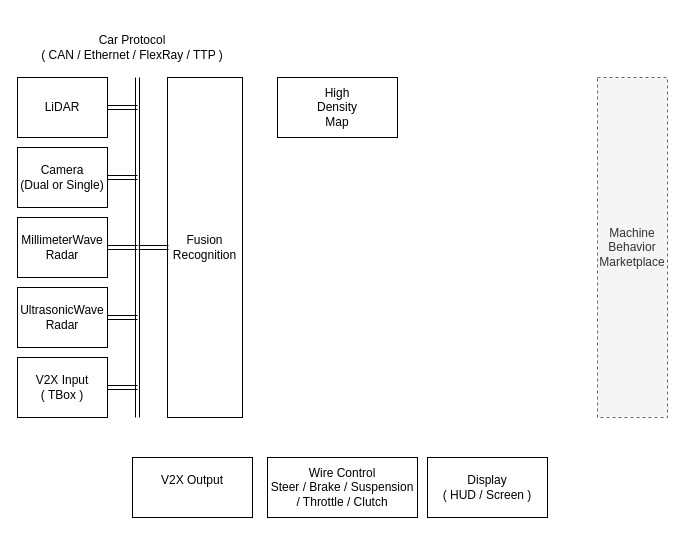
This is media/dooyo_idea_rpp_1.drawio from df595149790/df595149790.github.io, a draw.io file, before an edit. Source tidied: cells renumbered, new cells numbered last; positions are measured from the earlier drawing's top-left corner, leaving out a move shared by most shapes. Both pictures are drawn from the tidied source at 100%, with x=0, y=0 at pixel (17, 37).
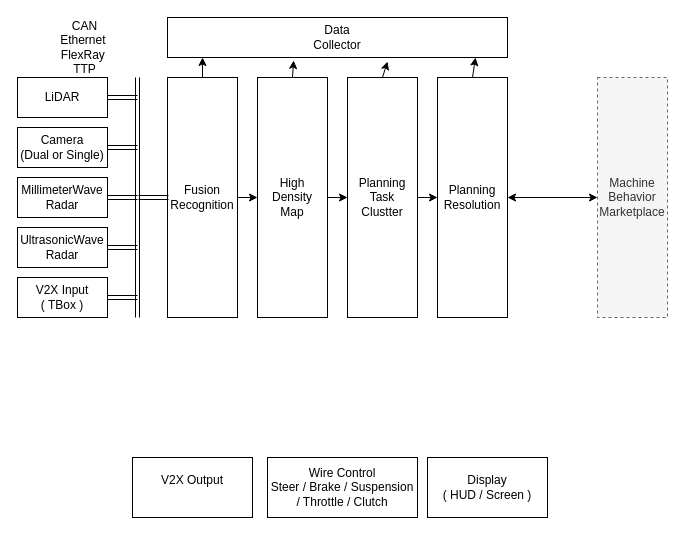
Above is the later version.

What changed in the source:
```diff
@@
     <mxCell id="2" value="Machine&lt;br&gt;Behavior&lt;br&gt;Marketplace&lt;br&gt;" style="rounded=0;whiteSpace=wrap;html=1;dashed=1;fillColor=#f5f5f5;strokeColor=#666666;fontColor=#333333;" parent="1" vertex="1">
-      <mxGeometry x="580" y="40" width="70" height="340" as="geometry" />
+      <mxGeometry x="580" y="40" width="70" height="240" as="geometry" />
     </mxCell>
     <mxCell id="3" value="LiDAR" style="rounded=0;whiteSpace=wrap;html=1;" parent="1" vertex="1">
-      <mxGeometry y="40" width="90" height="60" as="geometry" />
+      <mxGeometry y="40" width="90" height="40" as="geometry" />
     </mxCell>
     <mxCell id="4" value="Camera&lt;br&gt;(Dual or Single)&lt;br&gt;" style="rounded=0;whiteSpace=wrap;html=1;" parent="1" vertex="1">
-      <mxGeometry y="110" width="90" height="60" as="geometry" />
+      <mxGeometry y="90" width="90" height="40" as="geometry" />
     </mxCell>
     <mxCell id="5" value="MillimeterWave&lt;br&gt;Radar&lt;br&gt;" style="rounded=0;whiteSpace=wrap;html=1;" parent="1" vertex="1">
-      <mxGeometry y="180" width="90" height="60" as="geometry" />
+      <mxGeometry y="140" width="90" height="40" as="geometry" />
     </mxCell>
     <mxCell id="6" value="UltrasonicWave&lt;br&gt;Radar&lt;br&gt;" style="rounded=0;whiteSpace=wrap;html=1;" parent="1" vertex="1">
-      <mxGeometry y="250" width="90" height="60" as="geometry" />
+      <mxGeometry y="190" width="90" height="40" as="geometry" />
     </mxCell>
     <mxCell id="7" value="Fusion&lt;br&gt;Recognition&lt;br&gt;" style="rounded=0;whiteSpace=wrap;html=1;shadow=0;fillColor=none;" parent="1" vertex="1">
-      <mxGeometry x="150" y="40" width="75" height="340" as="geometry" />
+      <mxGeometry x="150" y="40" width="70" height="240" as="geometry" />
     </mxCell>
     <mxCell id="8" style="shape=link;html=1;" parent="1" edge="1">
       <mxGeometry relative="1" as="geometry">
-        <mxPoint x="120" y="380" as="sourcePoint" />
+        <mxPoint x="120" y="280" as="sourcePoint" />
         <mxPoint x="120" y="40" as="targetPoint" />
       </mxGeometry>
     </mxCell>
     <mxCell id="9" style="shape=link;html=1;exitX=1;exitY=0.5;exitDx=0;exitDy=0;" parent="1" edge="1" source="3">
       <mxGeometry relative="1" as="geometry">
-        <mxPoint x="120" y="70" as="targetPoint" />
+        <mxPoint x="120" y="60" as="targetPoint" />
       </mxGeometry>
     </mxCell>
     <mxCell id="10" style="shape=link;html=1;exitX=1;exitY=0.5;exitDx=0;exitDy=0;" parent="1" edge="1" source="4">
       <mxGeometry relative="1" as="geometry">
-        <mxPoint x="120" y="140" as="targetPoint" />
+        <mxPoint x="120" y="110" as="targetPoint" />
       </mxGeometry>
     </mxCell>
     <mxCell id="11" style="shape=link;html=1;exitX=1;exitY=0.5;exitDx=0;exitDy=0;" parent="1" edge="1" source="5">
       <mxGeometry relative="1" as="geometry">
-        <mxPoint x="120" y="210" as="targetPoint" />
+        <mxPoint x="120" y="160" as="targetPoint" />
       </mxGeometry>
     </mxCell>
     <mxCell id="12" style="shape=link;html=1;exitX=1;exitY=0.5;exitDx=0;exitDy=0;" parent="1" edge="1" source="6">
       <mxGeometry relative="1" as="geometry">
-        <mxPoint x="120" y="280" as="targetPoint" />
+        <mxPoint x="120" y="210" as="targetPoint" />
       </mxGeometry>
     </mxCell>
-    <mxCell id="13" value="Car Protocol&lt;br&gt;( CAN /&amp;nbsp;&lt;span&gt;Ethernet /&amp;nbsp;&lt;/span&gt;&lt;span&gt;FlexRay / TTP )&lt;/span&gt;" style="text;html=1;strokeColor=none;fillColor=none;align=center;verticalAlign=middle;whiteSpace=wrap;rounded=0;shadow=0;" parent="1" vertex="1">
-      <mxGeometry x="10" width="210" height="20" as="geometry" />
+    <mxCell id="13" value="CAN&lt;br&gt;&lt;span&gt;Ethernet&amp;nbsp;&lt;br&gt;&lt;/span&gt;&lt;span&gt;FlexRay&amp;nbsp;&lt;br&gt;TTP&lt;/span&gt;" style="text;html=1;strokeColor=none;fillColor=none;align=center;verticalAlign=middle;whiteSpace=wrap;rounded=0;shadow=0;" parent="1" vertex="1">
+      <mxGeometry x="20" width="95" height="20" as="geometry" />
     </mxCell>
     <mxCell id="14" value="High &lt;br&gt;Density &lt;br&gt;Map" style="rounded=0;whiteSpace=wrap;html=1;shadow=0;fillColor=none;" parent="1" vertex="1">
-      <mxGeometry x="260" y="40" width="120" height="60" as="geometry" />
+      <mxGeometry x="240" y="40" width="70" height="240" as="geometry" />
     </mxCell>
@@
     <mxCell id="16" value="V2X Input&lt;br&gt;( TBox )&lt;br&gt;" style="rounded=0;whiteSpace=wrap;html=1;shadow=0;fillColor=none;" parent="1" vertex="1">
-      <mxGeometry y="320" width="90" height="60" as="geometry" />
+      <mxGeometry y="240" width="90" height="40" as="geometry" />
     </mxCell>
     <mxCell id="17" style="shape=link;html=1;exitX=1;exitY=0.5;exitDx=0;exitDy=0;" parent="1" edge="1" source="16">
       <mxGeometry relative="1" as="geometry">
-        <mxPoint x="120" y="350" as="targetPoint" />
+        <mxPoint x="120" y="260" as="targetPoint" />
       </mxGeometry>
     </mxCell>
     <mxCell id="18" style="shape=link;html=1;exitX=1;exitY=0.5;exitDx=0;exitDy=0;" parent="1" edge="1">
       <mxGeometry relative="1" as="geometry">
-        <mxPoint x="121" y="210" as="sourcePoint" />
-        <mxPoint x="151" y="210" as="targetPoint" />
+        <mxPoint x="121" y="160" as="sourcePoint" />
+        <mxPoint x="151" y="160" as="targetPoint" />
       </mxGeometry>
     </mxCell>
@@
+    <mxCell id="21" value="Planning&lt;br&gt;Resolution" style="rounded=0;whiteSpace=wrap;html=1;shadow=0;fillColor=none;" parent="1" vertex="1">
+      <mxGeometry x="420" y="40" width="70" height="240" as="geometry" />
+    </mxCell>
+    <mxCell id="22" value="Planning&lt;br&gt;Task&lt;br&gt;Clustter&lt;br&gt;" style="rounded=0;whiteSpace=wrap;html=1;shadow=0;fillColor=none;" parent="1" vertex="1">
+      <mxGeometry x="330" y="40" width="70" height="240" as="geometry" />
+    </mxCell>
+    <mxCell id="23" style="endArrow=classic;html=1;entryX=0;entryY=0.5;entryDx=0;entryDy=0;exitX=1;exitY=0.5;exitDx=0;exitDy=0;" parent="1" edge="1" source="7" target="14">
+      <mxGeometry relative="1" as="geometry" />
+    </mxCell>
+    <mxCell id="24" style="endArrow=classic;html=1;entryX=0;entryY=0.5;entryDx=0;entryDy=0;exitX=1;exitY=0.5;exitDx=0;exitDy=0;" parent="1" edge="1" source="14" target="22">
+      <mxGeometry relative="1" as="geometry" />
+    </mxCell>
+    <mxCell id="25" style="endArrow=classic;html=1;entryX=0;entryY=0.5;entryDx=0;entryDy=0;exitX=1;exitY=0.5;exitDx=0;exitDy=0;" parent="1" edge="1" source="22" target="21">
+      <mxGeometry relative="1" as="geometry" />
+    </mxCell>
+    <mxCell id="26" style="endArrow=classic;startArrow=classic;html=1;exitX=1;exitY=0.5;exitDx=0;exitDy=0;entryX=0;entryY=0.5;entryDx=0;entryDy=0;" parent="1" edge="1" source="21" target="2">
+      <mxGeometry relative="1" as="geometry" />
+    </mxCell>
+    <mxCell id="27" value="Data&lt;br&gt;Collector&lt;br&gt;" style="rounded=0;whiteSpace=wrap;html=1;shadow=0;fillColor=none;" parent="1" vertex="1">
+      <mxGeometry x="150" y="-20" width="340" height="40" as="geometry" />
+    </mxCell>
+    <mxCell id="28" style="endArrow=classic;html=1;" parent="1" edge="1" source="7">
+      <mxGeometry relative="1" as="geometry">
+        <mxPoint x="185" y="20" as="targetPoint" />
+      </mxGeometry>
+    </mxCell>
+    <mxCell id="29" style="endArrow=classic;html=1;exitX=0.5;exitY=0;exitDx=0;exitDy=0;entryX=0.371;entryY=1.075;entryDx=0;entryDy=0;entryPerimeter=0;" parent="1" edge="1" source="14" target="27">
+      <mxGeometry relative="1" as="geometry" />
+    </mxCell>
+    <mxCell id="30" style="endArrow=classic;html=1;exitX=0.5;exitY=0;exitDx=0;exitDy=0;entryX=0.647;entryY=1.1;entryDx=0;entryDy=0;entryPerimeter=0;" parent="1" edge="1" source="22" target="27">
+      <mxGeometry relative="1" as="geometry" />
+    </mxCell>
+    <mxCell id="31" style="endArrow=classic;html=1;exitX=0.5;exitY=0;exitDx=0;exitDy=0;" parent="1" edge="1" source="21">
+      <mxGeometry relative="1" as="geometry">
+        <mxPoint x="458" y="20" as="targetPoint" />
+      </mxGeometry>
+    </mxCell>
```
